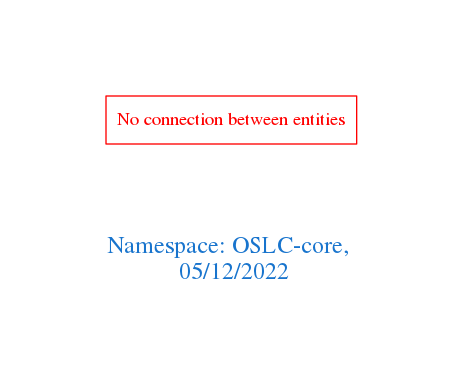
Before: downloads/OSLC-core.png, a diagram exported from Graphviz (arago/OGIT). Its source is kept beside it as downloads/OSLC-core.dot.
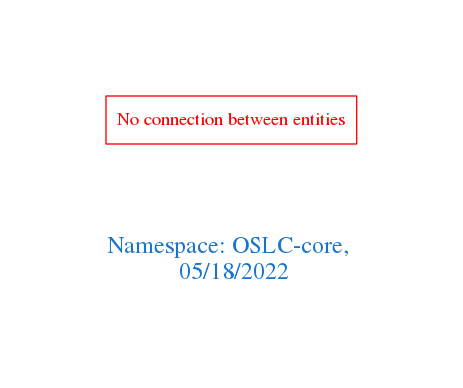
The same file after the commit.

Change to the diagram source:
```diff
@@ -1,7 +1,7 @@
 digraph OGIT_ontology {
  graph [ rankdir= LR,pad=1
 fontsize = 18,
-fontcolor= dodgerblue3,label = "\n\n\nNamespace: OSLC-core, \n 05/12/2022"];
+fontcolor= dodgerblue3,label = "\n\n\nNamespace: OSLC-core, \n 05/18/2022"];
 node[shape=polygon];
 edge [  color="gray81"];
 
```
